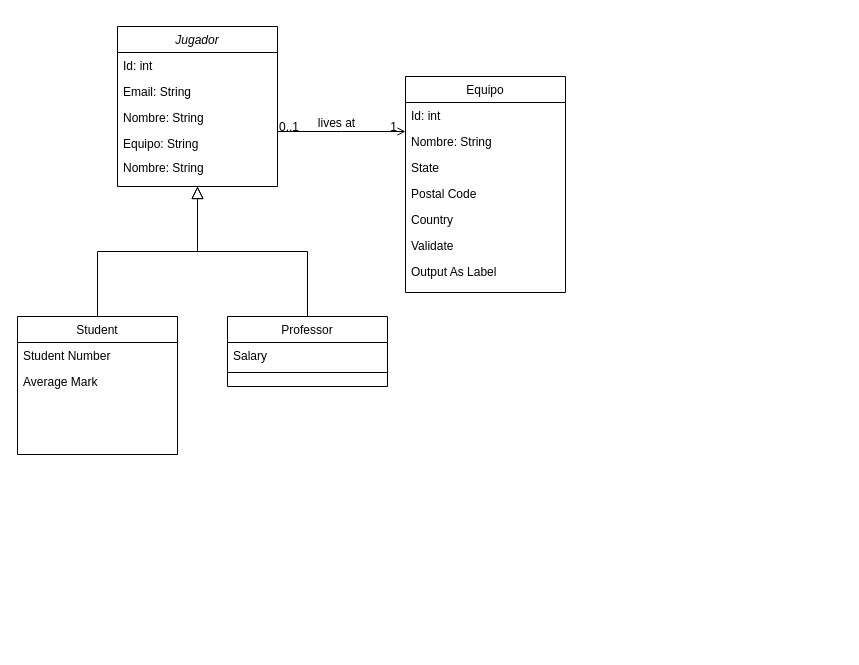
This is GranDT_Diagram.drawio from anarod13/granDT, a draw.io file, before an edit. Source tidied: cells renumbered, new cells numbered last; positions are measured from the earlier drawing's top-left corner, leaving out a move shared by most shapes. Both pictures are drawn from the tidied source at 100%, with x=0, y=0 at pixel (17, 26).
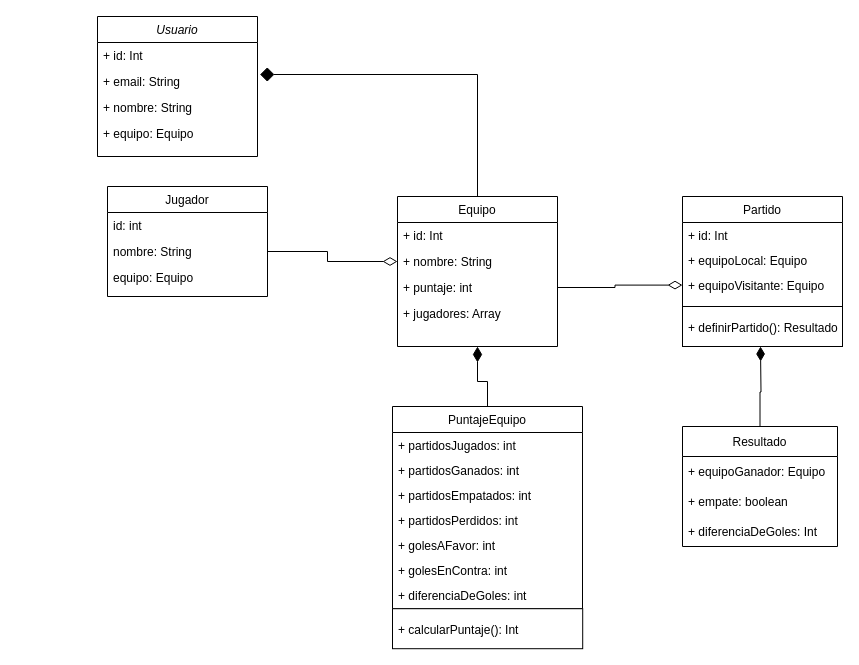
Above is the later version.

Commit message:
Agrego partidos y puntajes

Diff of the diagram source:
```diff
@@
-    <mxCell id="2" value="Jugador" style="swimlane;fontStyle=2;align=center;verticalAlign=top;horizontal=1;startSize=26;rounded=0;shadow=0;strokeWidth=1;" parent="1" vertex="1">
-      <mxGeometry x="100" width="160" height="160" as="geometry" />
+    <mxCell id="2" value="Usuario" style="swimlane;fontStyle=2;align=center;verticalAlign=top;horizontal=1;startSize=26;rounded=0;shadow=0;strokeWidth=1;" parent="1" vertex="1">
+      <mxGeometry x="80" y="-10" width="160" height="140" as="geometry" />
     </mxCell>
-    <mxCell id="3" value="Id: int" style="text;align=left;verticalAlign=top;spacingLeft=4;spacingRight=4;overflow=hidden;" parent="2" vertex="1">
+    <mxCell id="3" value="+ id: Int" style="text;align=left;verticalAlign=top;spacingLeft=4;spacingRight=4;overflow=hidden;" parent="2" vertex="1">
       <mxGeometry y="26" width="160" height="26" as="geometry" />
     </mxCell>
-    <mxCell id="4" value="Email: String" style="text;align=left;verticalAlign=top;spacingLeft=4;spacingRight=4;overflow=hidden;points=[[0,0.5],[1,0.5]];portConstraint=eastwest;rounded=0;shadow=0;html=0;" parent="2" vertex="1">
+    <mxCell id="4" value="+ email: String" style="text;align=left;verticalAlign=top;spacingLeft=4;spacingRight=4;overflow=hidden;points=[[0,0.5],[1,0.5]];portConstraint=eastwest;rounded=0;shadow=0;html=0;" parent="2" vertex="1">
       <mxGeometry y="52" width="160" height="26" as="geometry" />
     </mxCell>
-    <mxCell id="5" value="Nombre: String" style="text;align=left;verticalAlign=top;spacingLeft=4;spacingRight=4;overflow=hidden;rounded=0;shadow=0;html=0;" parent="2" vertex="1">
+    <mxCell id="5" value="+ nombre: String" style="text;align=left;verticalAlign=top;spacingLeft=4;spacingRight=4;overflow=hidden;rounded=0;shadow=0;html=0;" parent="2" vertex="1">
       <mxGeometry y="78" width="160" height="26" as="geometry" />
     </mxCell>
-    <mxCell id="6" value="Equipo: String" style="text;align=left;verticalAlign=top;spacingLeft=4;spacingRight=4;overflow=hidden;" parent="2" vertex="1">
+    <mxCell id="6" value="+ equipo: Equipo" style="text;align=left;verticalAlign=top;spacingLeft=4;spacingRight=4;overflow=hidden;" parent="2" vertex="1">
       <mxGeometry y="104" width="160" height="26" as="geometry" />
     </mxCell>
-    <mxCell id="7" value="Student" style="swimlane;fontStyle=0;align=center;verticalAlign=top;horizontal=1;startSize=26;rounded=0;shadow=0;strokeWidth=1;" parent="1" vertex="1">
-      <mxGeometry y="290" width="160" height="138" as="geometry" />
+    <mxCell id="7" value="Jugador" style="swimlane;fontStyle=0;align=center;verticalAlign=top;horizontal=1;startSize=26;rounded=0;shadow=0;strokeWidth=1;" parent="1" vertex="1">
+      <mxGeometry x="90" y="160" width="160" height="110" as="geometry" />
     </mxCell>
-    <mxCell id="8" value="Student Number" style="text;align=left;verticalAlign=top;spacingLeft=4;spacingRight=4;overflow=hidden;" parent="7" vertex="1">
+    <mxCell id="8" value="id: int" style="text;align=left;verticalAlign=top;spacingLeft=4;spacingRight=4;overflow=hidden;" parent="7" vertex="1">
       <mxGeometry y="26" width="160" height="26" as="geometry" />
     </mxCell>
-    <mxCell id="9" value="Average Mark" style="text;align=left;verticalAlign=top;spacingLeft=4;spacingRight=4;overflow=hidden;points=[[0,0.5],[1,0.5]];portConstraint=eastwest;rounded=0;shadow=0;html=0;" parent="7" vertex="1">
+    <mxCell id="9" value="nombre: String" style="text;align=left;verticalAlign=top;spacingLeft=4;spacingRight=4;overflow=hidden;points=[[0,0.5],[1,0.5]];portConstraint=eastwest;rounded=0;shadow=0;html=0;" parent="7" vertex="1">
       <mxGeometry y="52" width="160" height="26" as="geometry" />
     </mxCell>
-    <mxCell id="10" style="endArrow=block;endSize=10;endFill=0;shadow=0;strokeWidth=1;rounded=0;edgeStyle=elbowEdgeStyle;elbow=vertical;" parent="1" edge="1" source="7" target="2">
-      <mxGeometry relative="1" as="geometry" />
-    </mxCell>
-    <mxCell id="11" value="Professor" style="swimlane;fontStyle=0;align=center;verticalAlign=top;horizontal=1;startSize=26;rounded=0;shadow=0;strokeWidth=1;" parent="1" vertex="1">
-      <mxGeometry x="210" y="290" width="160" height="70" as="geometry" />
-    </mxCell>
-    <mxCell id="12" value="Salary" style="text;align=left;verticalAlign=top;spacingLeft=4;spacingRight=4;overflow=hidden;" parent="11" vertex="1">
-      <mxGeometry y="26" width="160" height="26" as="geometry" />
-    </mxCell>
-    <mxCell id="13" style="line;html=1;strokeWidth=1;align=left;verticalAlign=middle;spacingTop=-1;spacingLeft=3;spacingRight=3;labelPosition=right;" parent="11" vertex="1">
-      <mxGeometry y="52" width="160" height="8" as="geometry" />
-    </mxCell>
-    <mxCell id="14" style="endArrow=block;endSize=10;endFill=0;shadow=0;strokeWidth=1;rounded=0;edgeStyle=elbowEdgeStyle;elbow=vertical;" parent="1" edge="1" source="11" target="2">
-      <mxGeometry relative="1" as="geometry" />
-    </mxCell>
+    <mxCell id="28" value="equipo: Equipo" style="text;align=left;verticalAlign=top;spacingLeft=4;spacingRight=4;overflow=hidden;rounded=0;shadow=0;html=0;" parent="7" vertex="1">
+      <mxGeometry y="78" width="160" height="26" as="geometry" />
+    </mxCell>
+    <mxCell id="29" style="rounded=0;jettySize=auto;html=1;exitX=0.5;exitY=0;exitDx=0;exitDy=0;entryX=0.5;entryY=1;entryDx=0;entryDy=0;endArrow=diamondThin;endFill=1;strokeWidth=1;endSize=13;edgeStyle=orthogonalEdgeStyle;" parent="1" edge="1" source="11" target="15">
+      <mxGeometry relative="1" as="geometry" />
+    </mxCell>
+    <mxCell id="30" style="edgeStyle=orthogonalEdgeStyle;rounded=0;jettySize=auto;html=1;entryX=1.016;entryY=0.231;entryDx=0;entryDy=0;entryPerimeter=0;endArrow=diamond;endFill=1;endSize=12;strokeWidth=1;" parent="1" edge="1" source="15" target="4">
+      <mxGeometry relative="1" as="geometry" />
+    </mxCell>
     <mxCell id="15" value="Equipo" style="swimlane;fontStyle=0;align=center;verticalAlign=top;horizontal=1;startSize=26;rounded=0;shadow=0;strokeWidth=1;" parent="1" vertex="1">
-      <mxGeometry x="388" y="50" width="160" height="216" as="geometry" />
+      <mxGeometry x="380" y="170" width="160" height="150" as="geometry" />
     </mxCell>
-    <mxCell id="16" value="Id: int" style="text;align=left;verticalAlign=top;spacingLeft=4;spacingRight=4;overflow=hidden;" parent="15" vertex="1">
+    <mxCell id="16" value="+ id: Int" style="text;align=left;verticalAlign=top;spacingLeft=4;spacingRight=4;overflow=hidden;" parent="15" vertex="1">
       <mxGeometry y="26" width="160" height="26" as="geometry" />
     </mxCell>
-    <mxCell id="17" value="Nombre: String" style="text;align=left;verticalAlign=top;spacingLeft=4;spacingRight=4;overflow=hidden;points=[[0,0.5],[1,0.5]];portConstraint=eastwest;rounded=0;shadow=0;html=0;" parent="15" vertex="1">
+    <mxCell id="17" value="+ nombre: String" style="text;align=left;verticalAlign=top;spacingLeft=4;spacingRight=4;overflow=hidden;points=[[0,0.5],[1,0.5]];portConstraint=eastwest;rounded=0;shadow=0;html=0;" parent="15" vertex="1">
       <mxGeometry y="52" width="160" height="26" as="geometry" />
     </mxCell>
-    <mxCell id="18" value="State" style="text;align=left;verticalAlign=top;spacingLeft=4;spacingRight=4;overflow=hidden;points=[[0,0.5],[1,0.5]];portConstraint=eastwest;rounded=0;shadow=0;html=0;" parent="15" vertex="1">
+    <mxCell id="18" value="+ puntaje: int" style="text;align=left;verticalAlign=top;spacingLeft=4;spacingRight=4;overflow=hidden;points=[[0,0.5],[1,0.5]];portConstraint=eastwest;rounded=0;shadow=0;html=0;" parent="15" vertex="1">
       <mxGeometry y="78" width="160" height="26" as="geometry" />
     </mxCell>
-    <mxCell id="19" value="Postal Code" style="text;align=left;verticalAlign=top;spacingLeft=4;spacingRight=4;overflow=hidden;rounded=0;shadow=0;html=0;" parent="15" vertex="1">
-      <mxGeometry y="104" width="160" height="26" as="geometry" />
-    </mxCell>
-    <mxCell id="20" value="Country" style="text;align=left;verticalAlign=top;spacingLeft=4;spacingRight=4;overflow=hidden;rounded=0;shadow=0;html=0;" parent="15" vertex="1">
-      <mxGeometry y="130" width="160" height="26" as="geometry" />
-    </mxCell>
-    <mxCell id="21" value="Validate" style="text;align=left;verticalAlign=top;spacingLeft=4;spacingRight=4;overflow=hidden;" parent="15" vertex="1">
-      <mxGeometry y="156" width="160" height="26" as="geometry" />
-    </mxCell>
-    <mxCell id="22" value="Output As Label" style="text;align=left;verticalAlign=top;spacingLeft=4;spacingRight=4;overflow=hidden;" parent="15" vertex="1">
-      <mxGeometry y="182" width="160" height="26" as="geometry" />
-    </mxCell>
-    <mxCell id="23" style="endArrow=open;shadow=0;strokeWidth=1;rounded=0;endFill=1;edgeStyle=elbowEdgeStyle;elbow=vertical;" parent="1" edge="1" source="2" target="15">
-      <mxGeometry x="0.5" y="41" relative="1" as="geometry">
-        <mxPoint x="-40" y="32" as="offset" />
-      </mxGeometry>
-    </mxCell>
-    <mxCell id="24" value="0..1" style="align=left;verticalAlign=bottom;labelBackgroundColor=none;fontSize=12;" parent="23" vertex="1">
-      <mxGeometry x="-1" relative="1" as="geometry">
-        <mxPoint y="4" as="offset" />
-      </mxGeometry>
-    </mxCell>
-    <mxCell id="25" value="1" style="align=right;verticalAlign=bottom;labelBackgroundColor=none;fontSize=12;" parent="23" vertex="1">
-      <mxGeometry x="1" relative="1" as="geometry">
-        <mxPoint x="-7" y="4" as="offset" />
-      </mxGeometry>
-    </mxCell>
-    <mxCell id="26" value="lives at" style="text;html=1;align=center;verticalAlign=middle;labelBackgroundColor=none;rounded=0;shadow=0;strokeWidth=1;fontSize=12;" parent="23" vertex="1">
-      <mxGeometry x="0.5" y="49" relative="1" as="geometry">
-        <mxPoint x="-38" y="40" as="offset" />
-      </mxGeometry>
-    </mxCell>
-    <mxCell id="27" value="Nombre: String" style="text;align=left;verticalAlign=top;spacingLeft=4;spacingRight=4;overflow=hidden;rounded=0;shadow=0;html=0;" parent="1" vertex="1">
-      <mxGeometry x="100" y="128" width="160" height="26" as="geometry" />
-    </mxCell>
+    <mxCell id="31" value="+ jugadores: Array" style="text;align=left;verticalAlign=top;spacingLeft=4;spacingRight=4;overflow=hidden;rounded=0;shadow=0;html=0;" parent="15" vertex="1">
+      <mxGeometry y="104" width="160" height="26" as="geometry" />
+    </mxCell>
+    <mxCell id="32" style="group;" parent="1" vertex="1">
+      <mxGeometry x="330" y="370" width="260" height="260" as="geometry" />
+    </mxCell>
+    <mxCell id="11" value="PuntajeEquipo" style="swimlane;fontStyle=0;align=center;verticalAlign=top;horizontal=1;startSize=26;rounded=0;shadow=0;strokeWidth=1;" parent="32" vertex="1">
+      <mxGeometry x="45" y="10" width="190" height="202.2" as="geometry" />
+    </mxCell>
+    <mxCell id="12" value="+ partidosJugados: int" style="text;align=left;verticalAlign=top;spacingLeft=4;spacingRight=4;overflow=hidden;" parent="11" vertex="1">
+      <mxGeometry y="26" width="190" height="25" as="geometry" />
+    </mxCell>
+    <mxCell id="33" value="+ partidosGanados: int" style="text;align=left;verticalAlign=top;spacingLeft=4;spacingRight=4;overflow=hidden;" parent="11" vertex="1">
+      <mxGeometry y="51" width="190" height="25" as="geometry" />
+    </mxCell>
+    <mxCell id="34" value="+ partidosEmpatados: int" style="text;align=left;verticalAlign=top;spacingLeft=4;spacingRight=4;overflow=hidden;" parent="11" vertex="1">
+      <mxGeometry y="76.1" width="190" height="25" as="geometry" />
+    </mxCell>
+    <mxCell id="35" value="+ partidosPerdidos: int" style="text;align=left;verticalAlign=top;spacingLeft=4;spacingRight=4;overflow=hidden;" parent="11" vertex="1">
+      <mxGeometry y="101.1" width="190" height="25" as="geometry" />
+    </mxCell>
+    <mxCell id="36" value="+ golesAFavor: int" style="text;align=left;verticalAlign=top;spacingLeft=4;spacingRight=4;overflow=hidden;" parent="11" vertex="1">
+      <mxGeometry y="126.1" width="190" height="25" as="geometry" />
+    </mxCell>
+    <mxCell id="37" value="+ golesEnContra: int" style="text;align=left;verticalAlign=top;spacingLeft=4;spacingRight=4;overflow=hidden;" parent="11" vertex="1">
+      <mxGeometry y="151.2" width="190" height="25" as="geometry" />
+    </mxCell>
+    <mxCell id="38" value="+ diferenciaDeGoles: int" style="text;align=left;verticalAlign=top;spacingLeft=4;spacingRight=4;overflow=hidden;" parent="11" vertex="1">
+      <mxGeometry y="176.2" width="190" height="25" as="geometry" />
+    </mxCell>
+    <mxCell id="39" style="group;" parent="32" vertex="1">
+      <mxGeometry x="45" y="212.2" width="208" height="40" as="geometry" />
+    </mxCell>
+    <mxCell id="40" style="rounded=0;whiteSpace=wrap;html=1;" parent="39" vertex="1">
+      <mxGeometry width="190.2" height="40" as="geometry" />
+    </mxCell>
+    <mxCell id="41" value="+ calcularPuntaje(): Int" style="text;align=left;verticalAlign=top;spacingLeft=4;spacingRight=4;overflow=hidden;" parent="39" vertex="1">
+      <mxGeometry y="7.8" width="208" height="25" as="geometry" />
+    </mxCell>
+    <mxCell id="42" style="edgeStyle=orthogonalEdgeStyle;rounded=0;jettySize=auto;html=1;exitX=1;exitY=0.5;exitDx=0;exitDy=0;entryX=0;entryY=0.5;entryDx=0;entryDy=0;endArrow=diamondThin;endFill=0;strokeWidth=1;endSize=12;" parent="1" edge="1" source="9" target="17">
+      <mxGeometry relative="1" as="geometry" />
+    </mxCell>
+    <mxCell id="43" style="group;" parent="1" vertex="1">
+      <mxGeometry x="620" y="160" width="205" height="360" as="geometry" />
+    </mxCell>
+    <mxCell id="44" value="Partido" style="swimlane;fontStyle=0;align=center;verticalAlign=top;horizontal=1;startSize=26;rounded=0;shadow=0;strokeWidth=1;" parent="43" vertex="1">
+      <mxGeometry x="45" y="10" width="160" height="110" as="geometry" />
+    </mxCell>
+    <mxCell id="45" value="+ id: Int" style="text;align=left;verticalAlign=top;spacingLeft=4;spacingRight=4;overflow=hidden;" parent="44" vertex="1">
+      <mxGeometry y="26" width="160" height="25" as="geometry" />
+    </mxCell>
+    <mxCell id="46" value="+ equipoLocal: Equipo" style="text;align=left;verticalAlign=top;spacingLeft=4;spacingRight=4;overflow=hidden;" parent="44" vertex="1">
+      <mxGeometry y="51" width="160" height="25" as="geometry" />
+    </mxCell>
+    <mxCell id="47" value="+ equipoVisitante: Equipo" style="text;align=left;verticalAlign=top;spacingLeft=4;spacingRight=4;overflow=hidden;points=[[0,0.5],[1,0.5]];portConstraint=eastwest;" parent="44" vertex="1">
+      <mxGeometry y="76.1" width="160" height="25" as="geometry" />
+    </mxCell>
+    <mxCell id="48" style="group;" parent="43" vertex="1">
+      <mxGeometry y="110" width="160" height="57.8" as="geometry" />
+    </mxCell>
+    <mxCell id="49" style="rounded=0;whiteSpace=wrap;html=1;" parent="48" vertex="1">
+      <mxGeometry x="45" y="10" width="160" height="40" as="geometry" />
+    </mxCell>
+    <mxCell id="50" value="+ definirPartido(): Resultado" style="text;align=left;verticalAlign=top;spacingLeft=4;spacingRight=4;overflow=hidden;" parent="48" vertex="1">
+      <mxGeometry x="45" y="17.8" width="160" height="25" as="geometry" />
+    </mxCell>
+    <mxCell id="51" value="Resultado" style="swimlane;fontStyle=0;horizontal=1;startSize=30;" parent="43" vertex="1">
+      <mxGeometry x="45" y="240" width="155" height="120" as="geometry" />
+    </mxCell>
+    <mxCell id="52" value="+ equipoGanador: Equipo" style="text;strokeColor=none;fillColor=none;align=left;verticalAlign=middle;spacingLeft=4;spacingRight=4;overflow=hidden;" parent="51" vertex="1">
+      <mxGeometry y="30" width="155" height="30" as="geometry" />
+    </mxCell>
+    <mxCell id="53" value="+ empate: boolean" style="text;strokeColor=none;fillColor=none;align=left;verticalAlign=middle;spacingLeft=4;spacingRight=4;overflow=hidden;" parent="51" vertex="1">
+      <mxGeometry y="60" width="155" height="30" as="geometry" />
+    </mxCell>
+    <mxCell id="54" value="+ diferenciaDeGoles: Int" style="text;strokeColor=none;fillColor=none;align=left;verticalAlign=middle;spacingLeft=4;spacingRight=4;overflow=hidden;" parent="51" vertex="1">
+      <mxGeometry y="90" width="155" height="30" as="geometry" />
+    </mxCell>
+    <mxCell id="55" style="edgeStyle=orthogonalEdgeStyle;rounded=0;jettySize=auto;html=1;endArrow=diamondThin;endFill=1;endSize=12;strokeWidth=1;" parent="1" edge="1" source="51">
+      <mxGeometry relative="1" as="geometry">
+        <mxPoint x="743" y="320" as="targetPoint" />
+      </mxGeometry>
+    </mxCell>
+    <mxCell id="56" style="rounded=0;jettySize=auto;html=1;endArrow=diamondThin;endFill=0;endSize=12;strokeWidth=1;entryX=0;entryY=0.5;entryDx=0;entryDy=0;edgeStyle=orthogonalEdgeStyle;" parent="1" edge="1" source="18" target="47">
+      <mxGeometry relative="1" as="geometry" />
+    </mxCell>
```
